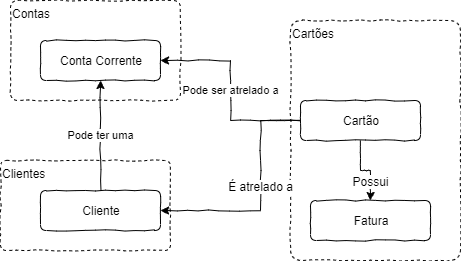
The draw.io diagram definindo-contratos-rest-api/resources/domain-model-1.png in oliveira-michel/guias-api, before a commit. Source tidied: cells renumbered, new cells last; positions are measured from the earlier drawing's top-left corner, leaving out a move shared by most shapes.
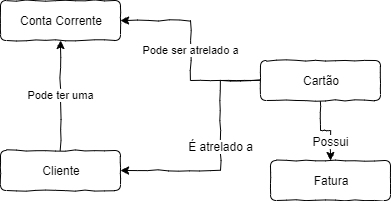
After the commit.

Change to the diagram source:
```diff
@@ -2,15 +2,6 @@
   <root>
     <mxCell id="0" />
     <mxCell id="1" parent="0" />
-    <mxCell id="2" value="Cartões" style="rounded=1;whiteSpace=wrap;html=1;glass=0;comic=1;dashed=1;align=left;verticalAlign=top;arcSize=7;" parent="1" vertex="1">
-      <mxGeometry x="290" y="20" width="170" height="240" as="geometry" />
-    </mxCell>
-    <mxCell id="3" value="Clientes" style="rounded=1;whiteSpace=wrap;html=1;glass=0;comic=1;dashed=1;align=left;verticalAlign=top;arcSize=7;" parent="1" vertex="1">
-      <mxGeometry y="160" width="170" height="90" as="geometry" />
-    </mxCell>
-    <mxCell id="4" value="Contas" style="rounded=1;whiteSpace=wrap;html=1;glass=0;comic=1;dashed=1;align=left;verticalAlign=top;arcSize=8;" parent="1" vertex="1">
-      <mxGeometry x="10" width="170" height="100" as="geometry" />
-    </mxCell>
     <mxCell id="5" value="Conta Corrente" style="rounded=1;whiteSpace=wrap;html=1;comic=1;" parent="1" vertex="1">
       <mxGeometry x="40" y="40" width="120" height="40" as="geometry" />
     </mxCell>
```
